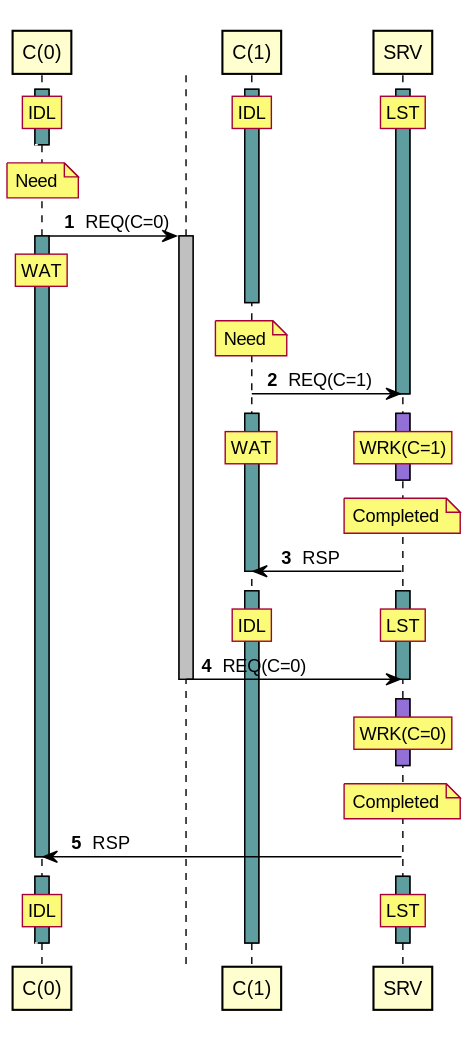
Above: tests/expected/test_clients_server/sequence.svg in orenbenkiki/total-space (PlantUML), before the change.
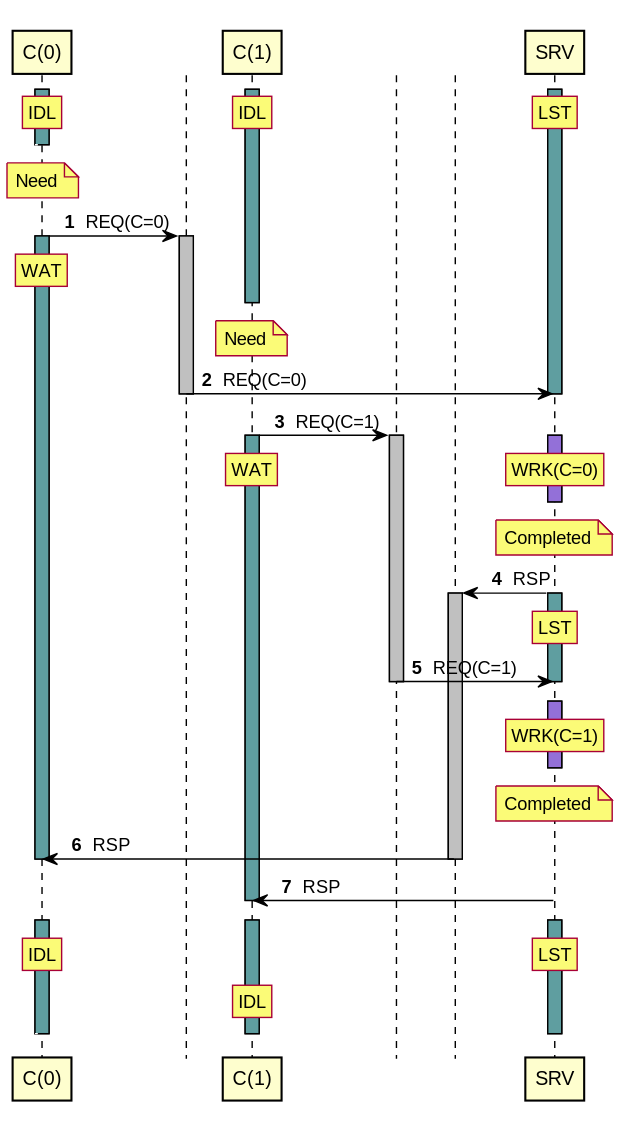
After the commit.

Change to the diagram source:
```diff
@@ -34,44 +34,44 @@
 autonumber resume
 deactivate A1
 note over A1 : Need
-A1 -> A2 : REQ(C=1)
+T0 -> A2 : REQ(C=0)
+deactivate T0
 deactivate A2
-autonumber stop
-[<[#White]-- A0
-autonumber resume
+control " " as T1 order 10201
+A1 -> T1 : REQ(C=1)
+activate T1 #Silver
 activate A1 #CadetBlue
 activate A2 #MediumPurple
 rnote over A1 : WAT
-/ rnote over A2 : WRK(C=1)
+/ rnote over A2 : WRK(C=0)
 autonumber stop
 [<[#White]-- A0
 autonumber resume
 deactivate A2
 note over A2 : Completed
-A2 -> A1 : RSP
-deactivate A1
-autonumber stop
-[<[#White]-- A0
-autonumber resume
+control " " as T2 order 10299
+A2 -> T2 : RSP
+activate T2 #Silver
 activate A2 #CadetBlue
-activate A1 #CadetBlue
 rnote over A2 : LST
-/ rnote over A1 : IDL
-T0 -> A2 : REQ(C=0)
-deactivate T0
+T1 -> A2 : REQ(C=1)
+deactivate T1
 deactivate A2
 autonumber stop
 [<[#White]-- A0
 autonumber resume
 activate A2 #MediumPurple
-rnote over A2 : WRK(C=0)
+rnote over A2 : WRK(C=1)
 autonumber stop
 [<[#White]-- A0
 autonumber resume
 deactivate A2
 note over A2 : Completed
-A2 -> A0 : RSP
+T2 -> A0 : RSP
+deactivate T2
 deactivate A0
+A2 -> A1 : RSP
+deactivate A1
 autonumber stop
 [<[#White]-- A0
 autonumber resume
@@ -79,6 +79,8 @@
 activate A0 #CadetBlue
 rnote over A2 : LST
 / rnote over A0 : IDL
+activate A1 #CadetBlue
+rnote over A1 : IDL
 autonumber stop
 [<[#White]-- A0
 autonumber resume
```
